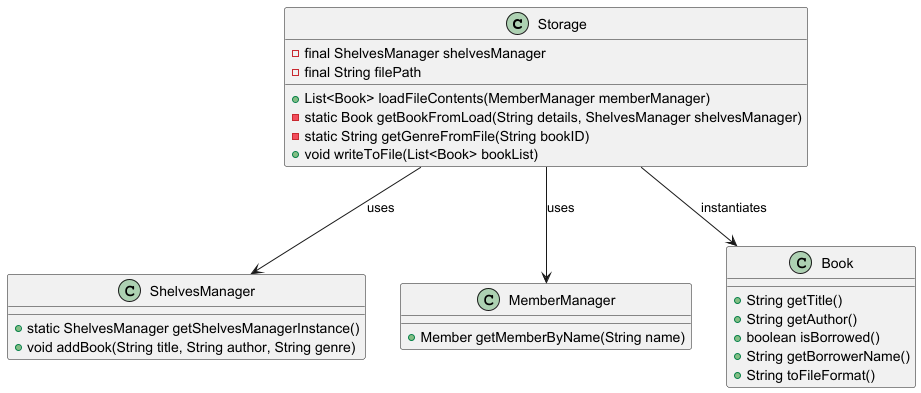
Earlier version of the PlantUML export docs/images/StorageClass.png (eth4n22/tp). Source of this version:
```plantuml
@startuml

class Storage {
    - final ShelvesManager shelvesManager
    - final String filePath

    + List<Book> loadFileContents(MemberManager memberManager)
    - static Book getBookFromLoad(String details, ShelvesManager shelvesManager)
    - static String getGenreFromFile(String bookID)
    + void writeToFile(List<Book> bookList)
}

class ShelvesManager {
    + static ShelvesManager getShelvesManagerInstance()
    + void addBook(String title, String author, String genre)
}

class MemberManager {
    + Member getMemberByName(String name)
}

class Book {
    + String getTitle()
    + String getAuthor()
    + boolean isBorrowed()
    + String getBorrowerName()
    + String toFileFormat()
}

Storage --> ShelvesManager : uses
Storage --> MemberManager : uses
Storage --> Book : instantiates
@enduml
```
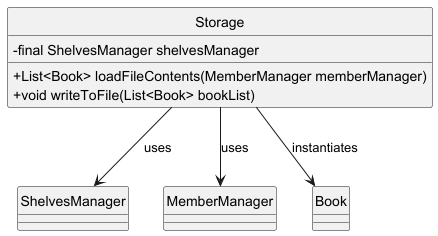
Later version of the same file.

What changed in the source:
```diff
@@ -1,30 +1,21 @@
 @startuml
+hide circle
+skinparam classAttributeIconSize 0
 
 class Storage {
     - final ShelvesManager shelvesManager
-    - final String filePath
 
     + List<Book> loadFileContents(MemberManager memberManager)
-    - static Book getBookFromLoad(String details, ShelvesManager shelvesManager)
-    - static String getGenreFromFile(String bookID)
     + void writeToFile(List<Book> bookList)
 }
 
 class ShelvesManager {
-    + static ShelvesManager getShelvesManagerInstance()
-    + void addBook(String title, String author, String genre)
 }
 
 class MemberManager {
-    + Member getMemberByName(String name)
 }
 
 class Book {
-    + String getTitle()
-    + String getAuthor()
-    + boolean isBorrowed()
-    + String getBorrowerName()
-    + String toFileFormat()
 }
 
 Storage --> ShelvesManager : uses
```
